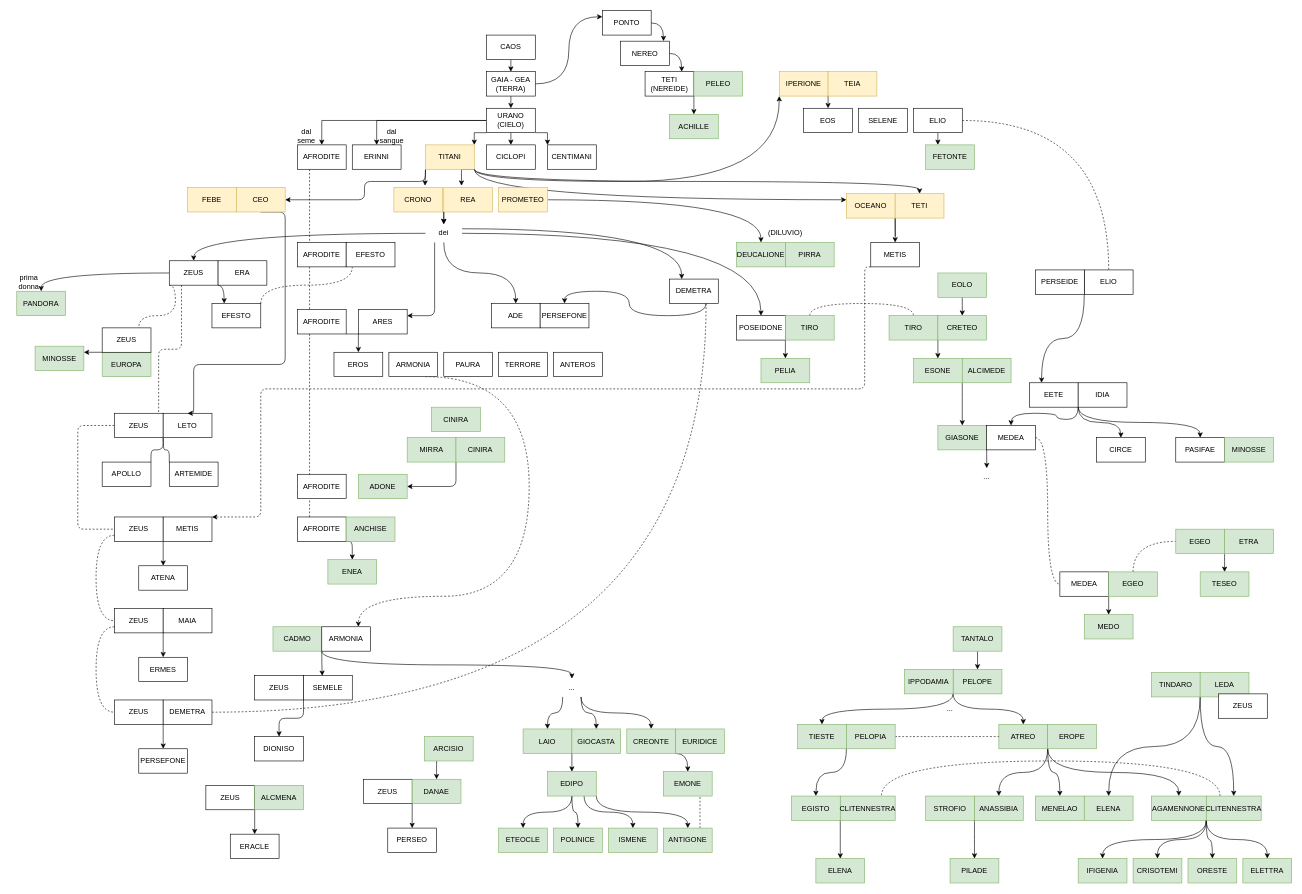
This is miti.drawio from tcaru/diagrams, a draw.io file, before an edit. Source tidied: cells renumbered, new cells numbered last; positions are measured from the earlier drawing's top-left corner, leaving out a move shared by most shapes. Both pictures are drawn from the tidied source at 61%, with x=0, y=0 at pixel (10, 10).
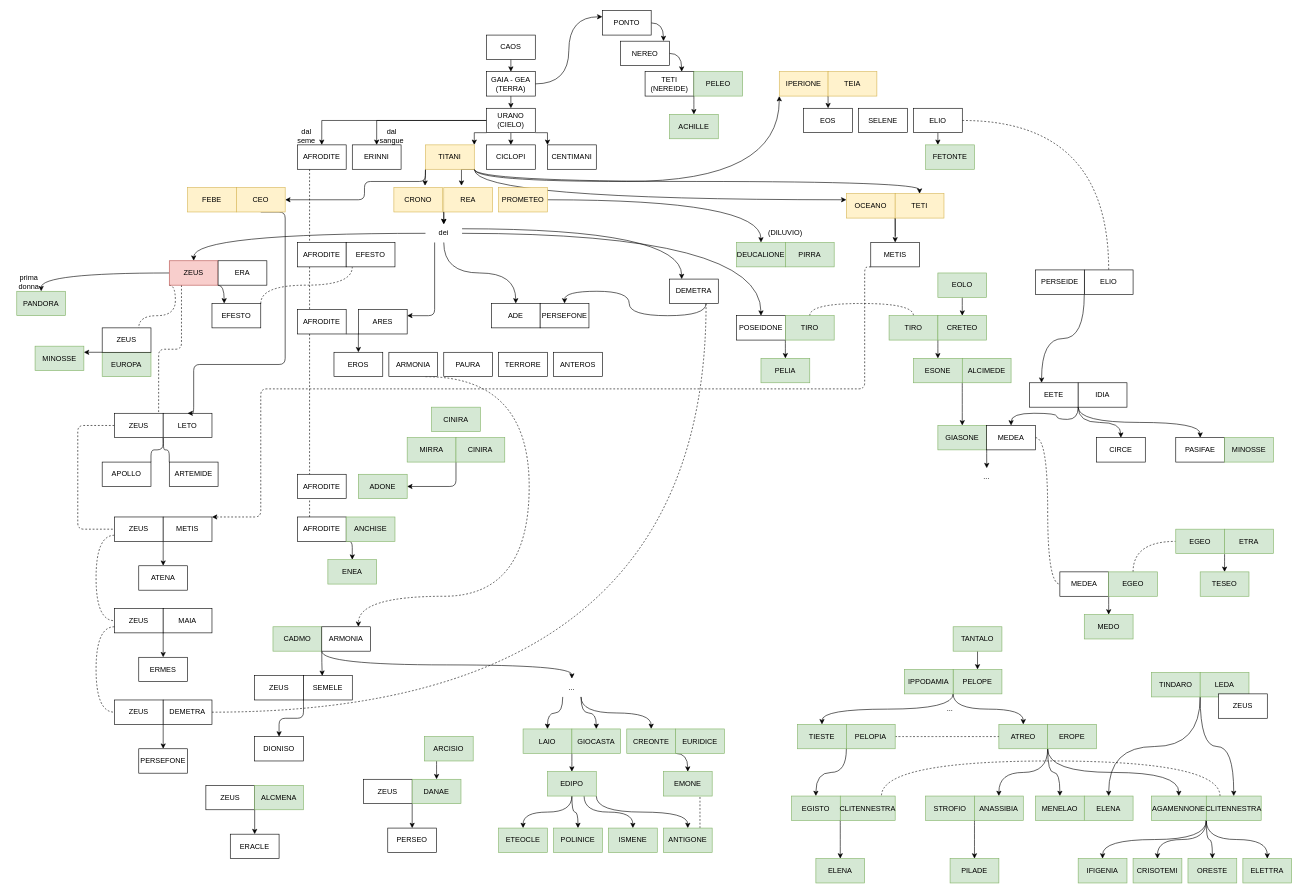
Above is the later version.

The edit, as a diff of the source:
```diff
@@
-    <mxCell id="38" value="ZEUS" style="rounded=0;whiteSpace=wrap;html=1;" parent="1" vertex="1">
+    <mxCell id="38" value="ZEUS" style="rounded=0;whiteSpace=wrap;html=1;fillColor=#f8cecc;strokeColor=#b85450;" parent="1" vertex="1">
       <mxGeometry x="260" y="410" width="80" height="40" as="geometry" />
     </mxCell>
```
